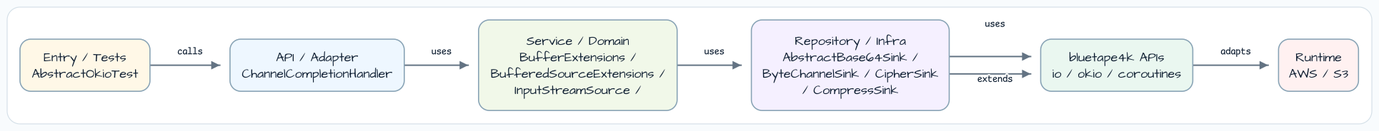
The Graphviz diagram docs/images/readme-diagrams/io-okio-examples-readme-architecture-01.png in bluetape4k/bluetape4k-workshop, before a commit. Its source is kept beside it as docs/images/readme-diagrams/io-okio-examples-readme-architecture-01.dot.
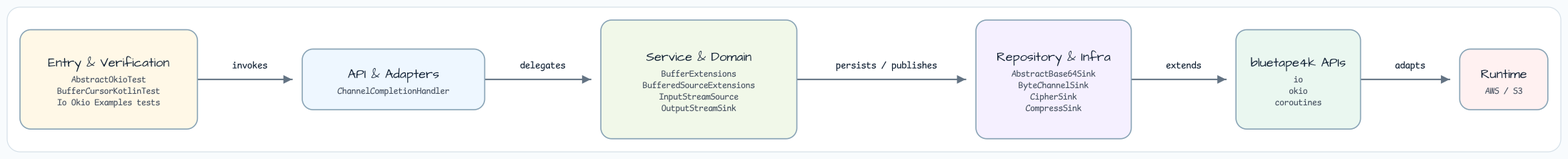
Above is the later version.

What changed in the source:
```diff
@@ -3,8 +3,8 @@
     rankdir=LR,
     bgcolor="white",
     pad="0.35",
-    nodesep="0.55",
-    ranksep="0.75",
+    nodesep="0.70",
+    ranksep="0.95",
     splines=ortho,
     outputorder=edgesfirst
   ];
@@ -16,7 +16,7 @@
     fillcolor="#F6FAFF",
     fontname="Architects Daughter",
     fontsize=14,
-    margin="0.14,0.10"
+    margin="0.20,0.16"
   ];
   edge [
     color="#637383",
@@ -26,17 +26,16 @@
     fontsize=11
   ];
 
-  entry [label="Entry / Tests\nAbstractOkioTest", fillcolor="#FFF8E7"];
-  api [label="API / Adapter\nChannelCompletionHandler", fillcolor="#EEF7FF"];
-  service [label="Service / Domain\nBufferExtensions /\nBufferedSourceExtensions /\nInputStreamSource /", fillcolor="#F1F8E9"];
-  infra [label="Repository / Infra\nAbstractBase64Sink /\nByteChannelSink / CipherSink\n/ CompressSink", fillcolor="#F5F0FF"];
-  bt [label="bluetape4k APIs\nio / okio / coroutines", fillcolor="#EAF7F0"];
+  entry [label="Entry & Verification\nAbstractOkioTest\nBufferCursorKotlinTest\nIo Okio Examples tests", fillcolor="#FFF8E7"];
+  api [label="API & Adapters\nChannelCompletionHandler", fillcolor="#EEF7FF"];
+  service [label="Service & Domain\nBufferExtensions\nBufferedSourceExtensions\nInputStreamSource\nOutputStreamSink", fillcolor="#F1F8E9"];
+  infra [label="Repository & Infra\nAbstractBase64Sink\nByteChannelSink\nCipherSink\nCompressSink", fillcolor="#F5F0FF"];
+  bt [label="bluetape4k APIs\nio\nokio\ncoroutines", fillcolor="#EAF7F0"];
   runtime [label="Runtime\nAWS / S3", fillcolor="#FFF1F1"];
 
-  entry -> api [label="calls"];
-  api -> service [label="uses"];
-  service -> infra [label="uses"];
-  infra -> bt [label="uses"];
+  entry -> api [label="invokes"];
+  api -> service [label="delegates"];
+  service -> infra [label="persists / publishes"];
   infra -> bt [label="extends"];
   bt -> runtime [label="adapts"];
 }
```
